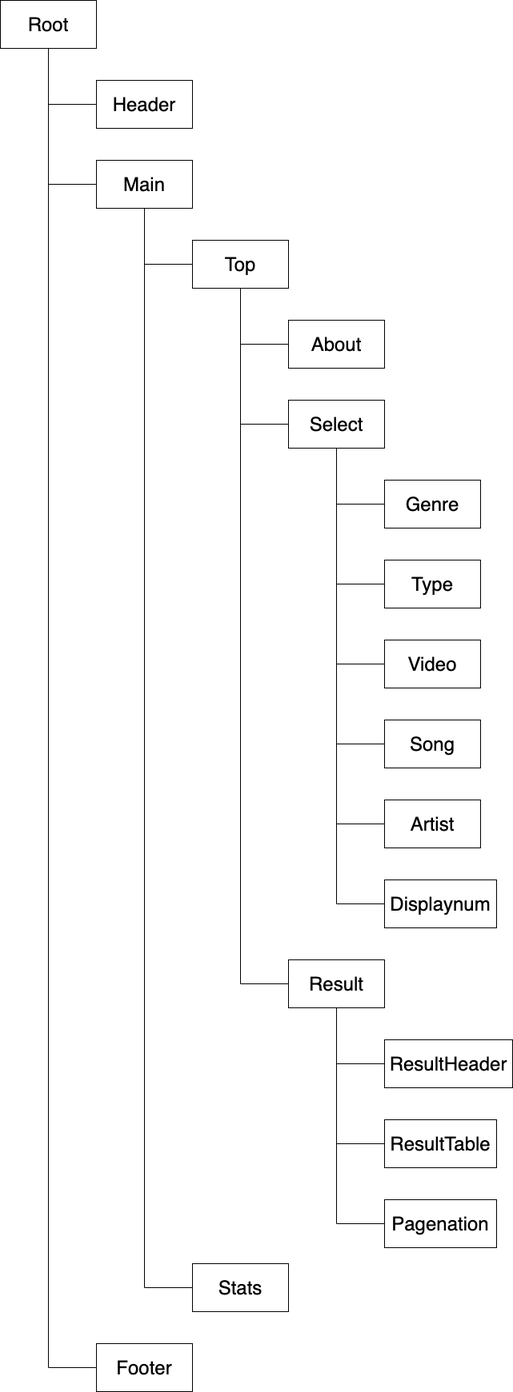
The draw.io diagram doc/fig/component.png in YunosukeY/polutadb, before a commit. Source tidied: cells renumbered, new cells last; positions are measured from the earlier drawing's top-left corner, leaving out a move shared by most shapes.
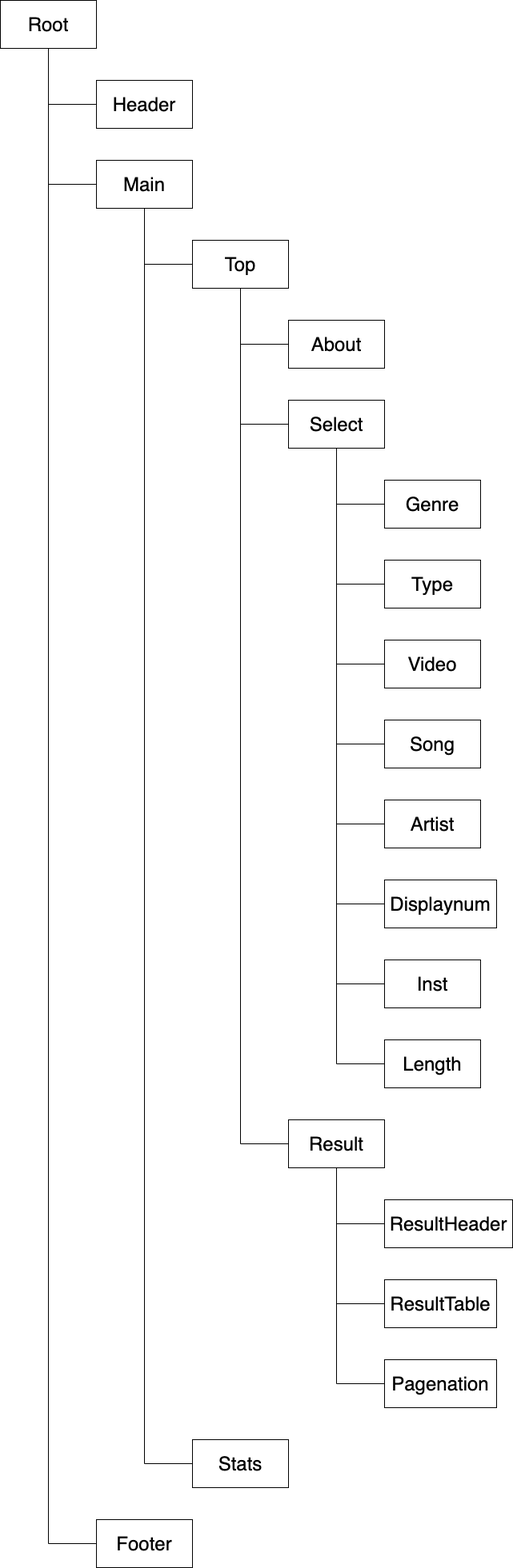
Later version of the same file.

What changed in the source:
```diff
@@ -84,34 +84,46 @@
       <mxGeometry relative="1" as="geometry" />
     </mxCell>
     <mxCell id="27" value="&lt;font style=&quot;font-size: 24px&quot;&gt;Result&lt;/font&gt;" style="rounded=0;whiteSpace=wrap;html=1;" parent="1" vertex="1">
-      <mxGeometry x="360" y="1200" width="120" height="60" as="geometry" />
+      <mxGeometry x="360" y="1400" width="120" height="60" as="geometry" />
     </mxCell>
     <mxCell id="28" style="edgeStyle=orthogonalEdgeStyle;rounded=0;jettySize=auto;html=1;exitX=0;exitY=0.5;exitDx=0;exitDy=0;endArrow=none;endFill=0;" parent="1" edge="1" source="29" target="7">
       <mxGeometry relative="1" as="geometry" />
     </mxCell>
     <mxCell id="29" value="&lt;font style=&quot;font-size: 24px&quot;&gt;Stats&lt;/font&gt;" style="rounded=0;whiteSpace=wrap;html=1;" parent="1" vertex="1">
-      <mxGeometry x="240" y="1580" width="120" height="60" as="geometry" />
+      <mxGeometry x="240" y="1800" width="120" height="60" as="geometry" />
     </mxCell>
     <mxCell id="30" style="edgeStyle=orthogonalEdgeStyle;rounded=0;jettySize=auto;html=1;exitX=0;exitY=0.5;exitDx=0;exitDy=0;entryX=0.5;entryY=1;entryDx=0;entryDy=0;endArrow=none;endFill=0;" parent="1" edge="1" source="31" target="4">
       <mxGeometry relative="1" as="geometry" />
     </mxCell>
     <mxCell id="31" value="&lt;font style=&quot;font-size: 24px&quot;&gt;Footer&lt;/font&gt;" style="rounded=0;whiteSpace=wrap;html=1;" parent="1" vertex="1">
-      <mxGeometry x="120" y="1680" width="120" height="60" as="geometry" />
+      <mxGeometry x="120" y="1900" width="120" height="60" as="geometry" />
     </mxCell>
     <mxCell id="32" value="&lt;font style=&quot;font-size: 24px&quot;&gt;ResultHeader&lt;/font&gt;" style="rounded=0;whiteSpace=wrap;html=1;" parent="1" vertex="1">
-      <mxGeometry x="480" y="1300" width="160" height="60" as="geometry" />
+      <mxGeometry x="480" y="1500" width="160" height="60" as="geometry" />
     </mxCell>
     <mxCell id="33" style="edgeStyle=orthogonalEdgeStyle;rounded=0;jettySize=auto;html=1;exitX=0;exitY=0.5;exitDx=0;exitDy=0;endArrow=none;endFill=0;entryX=0.5;entryY=1;entryDx=0;entryDy=0;" parent="1" edge="1" source="34" target="27">
       <mxGeometry relative="1" as="geometry" />
     </mxCell>
     <mxCell id="34" value="&lt;span style=&quot;font-size: 24px&quot;&gt;ResultTable&lt;/span&gt;" style="rounded=0;whiteSpace=wrap;html=1;" parent="1" vertex="1">
-      <mxGeometry x="480" y="1400" width="140" height="60" as="geometry" />
+      <mxGeometry x="480" y="1600" width="140" height="60" as="geometry" />
     </mxCell>
     <mxCell id="35" style="edgeStyle=orthogonalEdgeStyle;rounded=0;jettySize=auto;html=1;exitX=0;exitY=0.5;exitDx=0;exitDy=0;entryX=0.5;entryY=1;entryDx=0;entryDy=0;endArrow=none;endFill=0;" parent="1" edge="1" source="36" target="27">
       <mxGeometry relative="1" as="geometry" />
     </mxCell>
     <mxCell id="36" value="&lt;font style=&quot;font-size: 24px&quot;&gt;Pagenation&lt;/font&gt;" style="rounded=0;whiteSpace=wrap;html=1;" parent="1" vertex="1">
-      <mxGeometry x="480" y="1500" width="140" height="60" as="geometry" />
+      <mxGeometry x="480" y="1700" width="140" height="60" as="geometry" />
     </mxCell>
+    <mxCell id="37" style="edgeStyle=orthogonalEdgeStyle;rounded=0;jettySize=auto;html=1;exitX=0;exitY=0.5;exitDx=0;exitDy=0;entryX=0.5;entryY=1;entryDx=0;entryDy=0;endArrow=none;endFill=0;" parent="1" edge="1" source="38" target="14">
+      <mxGeometry relative="1" as="geometry" />
+    </mxCell>
+    <mxCell id="38" value="&lt;span style=&quot;font-size: 24px&quot;&gt;Inst&lt;/span&gt;" style="rounded=0;whiteSpace=wrap;html=1;" parent="1" vertex="1">
+      <mxGeometry x="480" y="1200" width="120" height="60" as="geometry" />
+    </mxCell>
+    <mxCell id="39" style="edgeStyle=orthogonalEdgeStyle;rounded=0;jettySize=auto;html=1;exitX=0;exitY=0.5;exitDx=0;exitDy=0;entryX=0.5;entryY=1;entryDx=0;entryDy=0;endArrow=none;endFill=0;" parent="1" edge="1" source="40" target="14">
+      <mxGeometry relative="1" as="geometry" />
+    </mxCell>
+    <mxCell id="40" value="&lt;span style=&quot;font-size: 24px&quot;&gt;Length&lt;/span&gt;" style="rounded=0;whiteSpace=wrap;html=1;" parent="1" vertex="1">
+      <mxGeometry x="480" y="1300" width="120" height="60" as="geometry" />
+    </mxCell>
   </root>
 </mxGraphModel>
```
